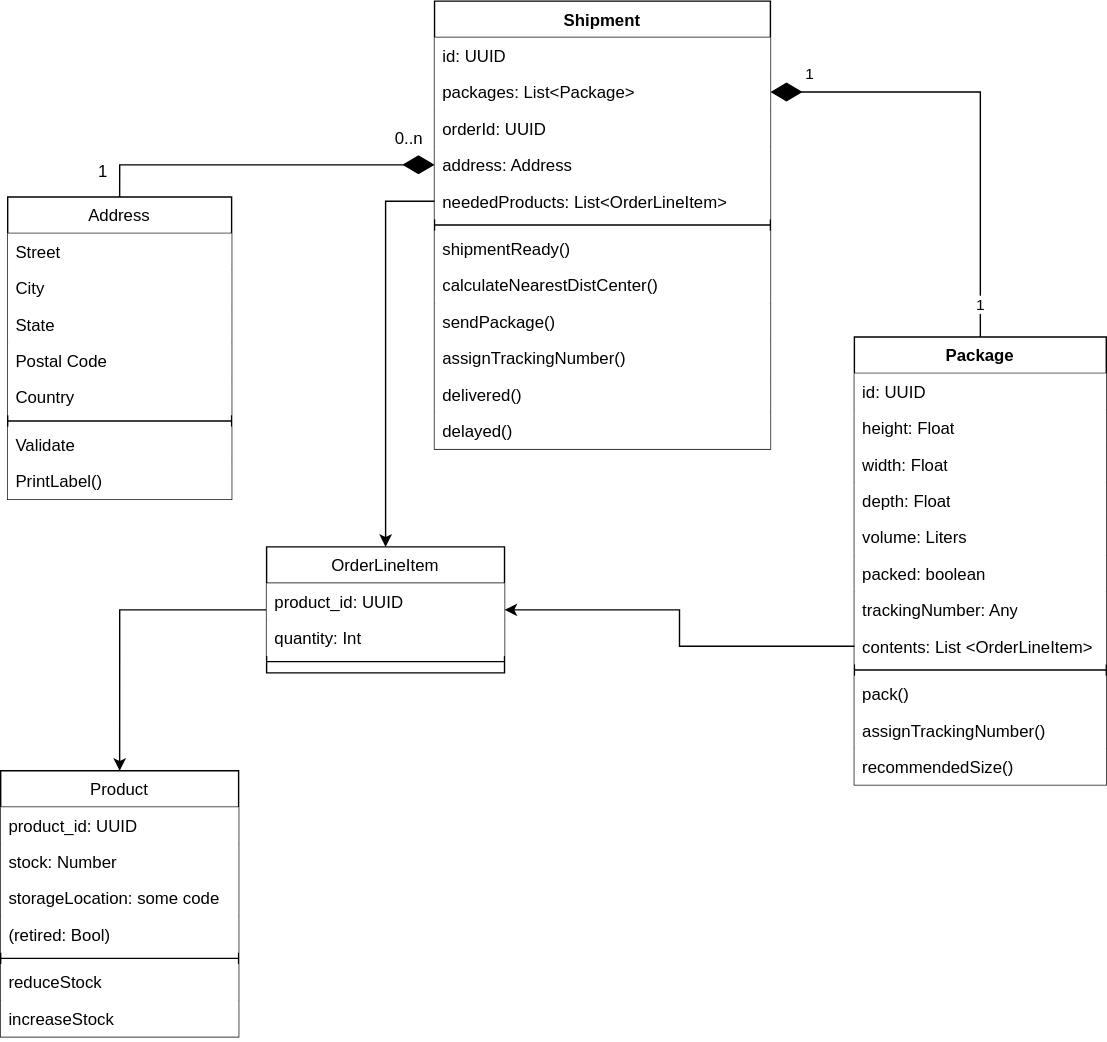
Above: shipping/ShipmentSchema.svg in eda-ecommerce/asyncapi (draw.io), before the change. Source tidied: cells renumbered, new cells last; positions are measured from the earlier drawing's top-left corner, leaving out a move shared by most shapes.
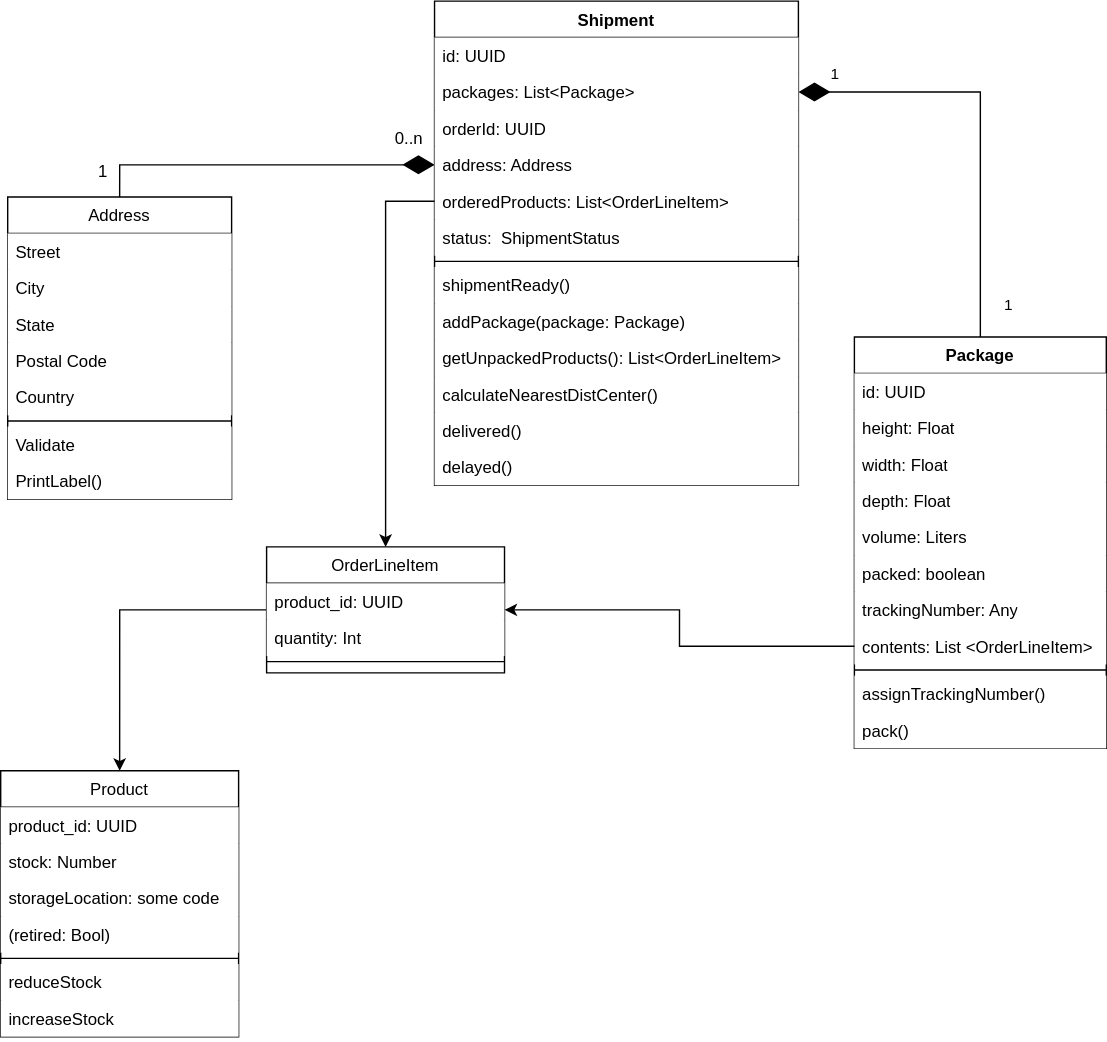
The same file after the commit.

Change to the diagram source:
```diff
@@ -53,7 +53,7 @@
       </mxGeometry>
     </mxCell>
     <mxCell id="16" value="Package" style="swimlane;fontStyle=1;align=center;verticalAlign=top;horizontal=1;startSize=26;whiteSpace=wrap;html=1;" parent="1" vertex="1">
-      <mxGeometry x="610" y="240" width="180" height="320" as="geometry" />
+      <mxGeometry x="610" y="240" width="180" height="294" as="geometry" />
     </mxCell>
     <mxCell id="17" value="id: UUID" style="text;strokeColor=none;fillColor=default;align=left;verticalAlign=top;spacingLeft=4;spacingRight=4;overflow=hidden;whiteSpace=wrap;html=1;" parent="16" vertex="1">
       <mxGeometry y="26" width="180" height="26" as="geometry" />
@@ -82,56 +82,56 @@
     <mxCell id="25" style="line;strokeWidth=1;fillColor=default;align=left;verticalAlign=middle;spacingTop=-1;spacingLeft=3;spacingRight=3;labelPosition=right;strokeColor=inherit;" parent="16" vertex="1">
       <mxGeometry y="234" width="180" height="8" as="geometry" />
     </mxCell>
+    <mxCell id="27" value="assignTrackingNumber()" style="text;strokeColor=none;fillColor=default;align=left;verticalAlign=top;spacingLeft=4;spacingRight=4;overflow=hidden;whiteSpace=wrap;html=1;" parent="16" vertex="1">
+      <mxGeometry y="242" width="180" height="26" as="geometry" />
+    </mxCell>
     <mxCell id="26" value="pack()" style="text;strokeColor=none;fillColor=default;align=left;verticalAlign=top;spacingLeft=4;spacingRight=4;overflow=hidden;whiteSpace=wrap;html=1;" parent="16" vertex="1">
-      <mxGeometry y="242" width="180" height="26" as="geometry" />
+      <mxGeometry y="268" width="180" height="26" as="geometry" />
     </mxCell>
-    <mxCell id="27" value="assignTrackingNumber()" style="text;strokeColor=none;fillColor=default;align=left;verticalAlign=top;spacingLeft=4;spacingRight=4;overflow=hidden;whiteSpace=wrap;html=1;" parent="16" vertex="1">
-      <mxGeometry y="268" width="180" height="26" as="geometry" />
-    </mxCell>
-    <mxCell id="28" value="recommendedSize()" style="text;strokeColor=none;fillColor=default;align=left;verticalAlign=top;spacingLeft=4;spacingRight=4;overflow=hidden;whiteSpace=wrap;html=1;" parent="16" vertex="1">
-      <mxGeometry y="294" width="180" height="26" as="geometry" />
-    </mxCell>
     <mxCell id="29" value="Shipment" style="swimlane;fontStyle=1;align=center;verticalAlign=top;horizontal=1;startSize=26;whiteSpace=wrap;html=1;" parent="1" vertex="1">
-      <mxGeometry x="310" width="240" height="320" as="geometry" />
+      <mxGeometry x="310" width="260" height="346" as="geometry" />
     </mxCell>
     <mxCell id="30" value="id: UUID" style="text;strokeColor=none;fillColor=default;align=left;verticalAlign=top;spacingLeft=4;spacingRight=4;overflow=hidden;whiteSpace=wrap;html=1;" parent="29" vertex="1">
-      <mxGeometry y="26" width="240" height="26" as="geometry" />
+      <mxGeometry y="26" width="260" height="26" as="geometry" />
     </mxCell>
     <mxCell id="31" value="packages: List&amp;lt;Package&amp;gt;" style="text;strokeColor=none;fillColor=default;align=left;verticalAlign=top;spacingLeft=4;spacingRight=4;overflow=hidden;points=[[0,0.5],[1,0.5]];portConstraint=eastwest;whiteSpace=wrap;html=1;" parent="29" vertex="1">
-      <mxGeometry y="52" width="240" height="26" as="geometry" />
+      <mxGeometry y="52" width="260" height="26" as="geometry" />
     </mxCell>
     <mxCell id="32" value="&lt;div&gt;orderId: UUID&lt;br&gt;&lt;/div&gt;" style="text;strokeColor=none;fillColor=default;align=left;verticalAlign=top;spacingLeft=4;spacingRight=4;overflow=hidden;whiteSpace=wrap;html=1;" parent="29" vertex="1">
-      <mxGeometry y="78" width="240" height="26" as="geometry" />
+      <mxGeometry y="78" width="260" height="26" as="geometry" />
     </mxCell>
     <mxCell id="33" value="address: Address" style="text;strokeColor=none;fillColor=default;align=left;verticalAlign=top;spacingLeft=4;spacingRight=4;overflow=hidden;points=[[0,0.5],[1,0.5]];portConstraint=eastwest;whiteSpace=wrap;html=1;" parent="29" vertex="1">
-      <mxGeometry y="104" width="240" height="26" as="geometry" />
+      <mxGeometry y="104" width="260" height="26" as="geometry" />
     </mxCell>
-    <mxCell id="34" value="neededProducts: List&amp;lt;OrderLineItem&amp;gt;" style="text;strokeColor=none;fillColor=default;align=left;verticalAlign=top;spacingLeft=4;spacingRight=4;overflow=hidden;points=[[0,0.5],[1,0.5]];portConstraint=eastwest;whiteSpace=wrap;html=1;" parent="29" vertex="1">
-      <mxGeometry y="130" width="240" height="26" as="geometry" />
+    <mxCell id="34" value="orderedProducts: List&amp;lt;OrderLineItem&amp;gt;" style="text;strokeColor=none;fillColor=default;align=left;verticalAlign=top;spacingLeft=4;spacingRight=4;overflow=hidden;points=[[0,0.5],[1,0.5]];portConstraint=eastwest;whiteSpace=wrap;html=1;" parent="29" vertex="1">
+      <mxGeometry y="130" width="260" height="26" as="geometry" />
     </mxCell>
+    <mxCell id="58" value="status:&amp;nbsp; ShipmentStatus" style="text;strokeColor=none;fillColor=default;align=left;verticalAlign=top;spacingLeft=4;spacingRight=4;overflow=hidden;whiteSpace=wrap;html=1;" parent="29" vertex="1">
+      <mxGeometry y="156" width="260" height="26" as="geometry" />
+    </mxCell>
     <mxCell id="35" style="line;strokeWidth=1;fillColor=none;align=left;verticalAlign=middle;spacingTop=-1;spacingLeft=3;spacingRight=3;labelPosition=right;strokeColor=inherit;" parent="29" vertex="1">
-      <mxGeometry y="156" width="240" height="8" as="geometry" />
+      <mxGeometry y="182" width="260" height="8" as="geometry" />
     </mxCell>
     <mxCell id="36" value="shipmentReady()" style="text;strokeColor=none;fillColor=default;align=left;verticalAlign=top;spacingLeft=4;spacingRight=4;overflow=hidden;whiteSpace=wrap;html=1;" parent="29" vertex="1">
-      <mxGeometry y="164" width="240" height="26" as="geometry" />
+      <mxGeometry y="190" width="260" height="26" as="geometry" />
     </mxCell>
+    <mxCell id="38" value="addPackage(package: Package)" style="text;strokeColor=none;fillColor=default;align=left;verticalAlign=top;spacingLeft=4;spacingRight=4;overflow=hidden;whiteSpace=wrap;html=1;" parent="29" vertex="1">
+      <mxGeometry y="216" width="260" height="26" as="geometry" />
+    </mxCell>
+    <mxCell id="59" value="getUnpackedProducts(): List&amp;lt;OrderLineItem&amp;gt;" style="text;strokeColor=none;fillColor=default;align=left;verticalAlign=top;spacingLeft=4;spacingRight=4;overflow=hidden;whiteSpace=wrap;html=1;" parent="29" vertex="1">
+      <mxGeometry y="242" width="260" height="26" as="geometry" />
+    </mxCell>
     <mxCell id="37" value="calculateNearestDistCenter()" style="text;strokeColor=none;fillColor=default;align=left;verticalAlign=top;spacingLeft=4;spacingRight=4;overflow=hidden;whiteSpace=wrap;html=1;" parent="29" vertex="1">
-      <mxGeometry y="190" width="240" height="26" as="geometry" />
+      <mxGeometry y="268" width="260" height="26" as="geometry" />
     </mxCell>
-    <mxCell id="38" value="sendPackage()" style="text;strokeColor=none;fillColor=default;align=left;verticalAlign=top;spacingLeft=4;spacingRight=4;overflow=hidden;whiteSpace=wrap;html=1;" parent="29" vertex="1">
-      <mxGeometry y="216" width="240" height="26" as="geometry" />
-    </mxCell>
-    <mxCell id="39" value="assignTrackingNumber()" style="text;strokeColor=none;fillColor=default;align=left;verticalAlign=top;spacingLeft=4;spacingRight=4;overflow=hidden;whiteSpace=wrap;html=1;" parent="29" vertex="1">
-      <mxGeometry y="242" width="240" height="26" as="geometry" />
-    </mxCell>
     <mxCell id="40" value="delivered()" style="text;strokeColor=none;fillColor=default;align=left;verticalAlign=top;spacingLeft=4;spacingRight=4;overflow=hidden;whiteSpace=wrap;html=1;" parent="29" vertex="1">
-      <mxGeometry y="268" width="240" height="26" as="geometry" />
+      <mxGeometry y="294" width="260" height="26" as="geometry" />
     </mxCell>
     <mxCell id="41" value="delayed()" style="text;strokeColor=none;fillColor=default;align=left;verticalAlign=top;spacingLeft=4;spacingRight=4;overflow=hidden;whiteSpace=wrap;html=1;" parent="29" vertex="1">
-      <mxGeometry y="294" width="240" height="26" as="geometry" />
+      <mxGeometry y="320" width="260" height="26" as="geometry" />
     </mxCell>
     <mxCell id="42" value="1" style="edgeLabel;html=1;align=center;verticalAlign=middle;" parent="1" vertex="1">
-      <mxGeometry x="529.6" y="90" as="geometry">
+      <mxGeometry x="550" y="90" as="geometry">
         <mxPoint x="170" y="127" as="offset" />
       </mxGeometry>
     </mxCell>
```
